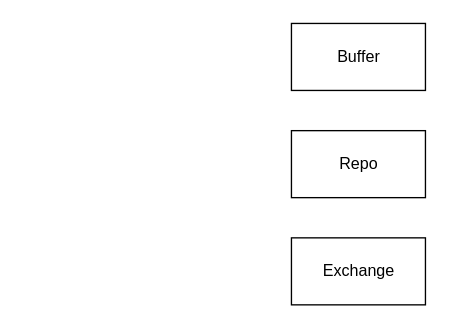
crystalphi/rustrade keeps this draw.io diagram as page "Provider" (2 of 2) of flow.drawio. Above is the earlier version. Source tidied: cells renumbered, new cells numbered last; positions are measured from the earlier drawing's top-left corner, leaving out a move shared by most shapes. Both pictures are drawn from the tidied source at 134%, with x=0, y=0 at pixel (291, 23).
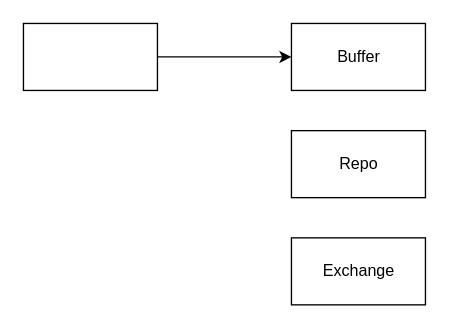
After the change.

Change to the diagram source:
```diff
@@
 <mxGraphModel>
   <root>
     <mxCell id="0" />
     <mxCell id="1" parent="0" />
     <mxCell id="2" value="Buffer" style="html=1;dashed=0;whitespace=wrap;" parent="1" vertex="1">
       <mxGeometry width="100" height="50" as="geometry" />
     </mxCell>
     <mxCell id="3" value="Repo" style="html=1;dashed=0;whitespace=wrap;" parent="1" vertex="1">
       <mxGeometry y="80" width="100" height="50" as="geometry" />
     </mxCell>
     <mxCell id="4" value="Exchange" style="html=1;dashed=0;whitespace=wrap;" parent="1" vertex="1">
       <mxGeometry y="160" width="100" height="50" as="geometry" />
     </mxCell>
+    <mxCell id="5" style="edgeStyle=orthogonalEdgeStyle;rounded=0;jettySize=auto;html=1;entryX=0;entryY=0.5;entryDx=0;entryDy=0;" parent="1" edge="1" source="6" target="2">
+      <mxGeometry relative="1" as="geometry" />
+    </mxCell>
+    <mxCell id="6" style="html=1;dashed=0;whitespace=wrap;" parent="1" vertex="1">
+      <mxGeometry x="-200" width="100" height="50" as="geometry" />
+    </mxCell>
   </root>
 </mxGraphModel>
```
